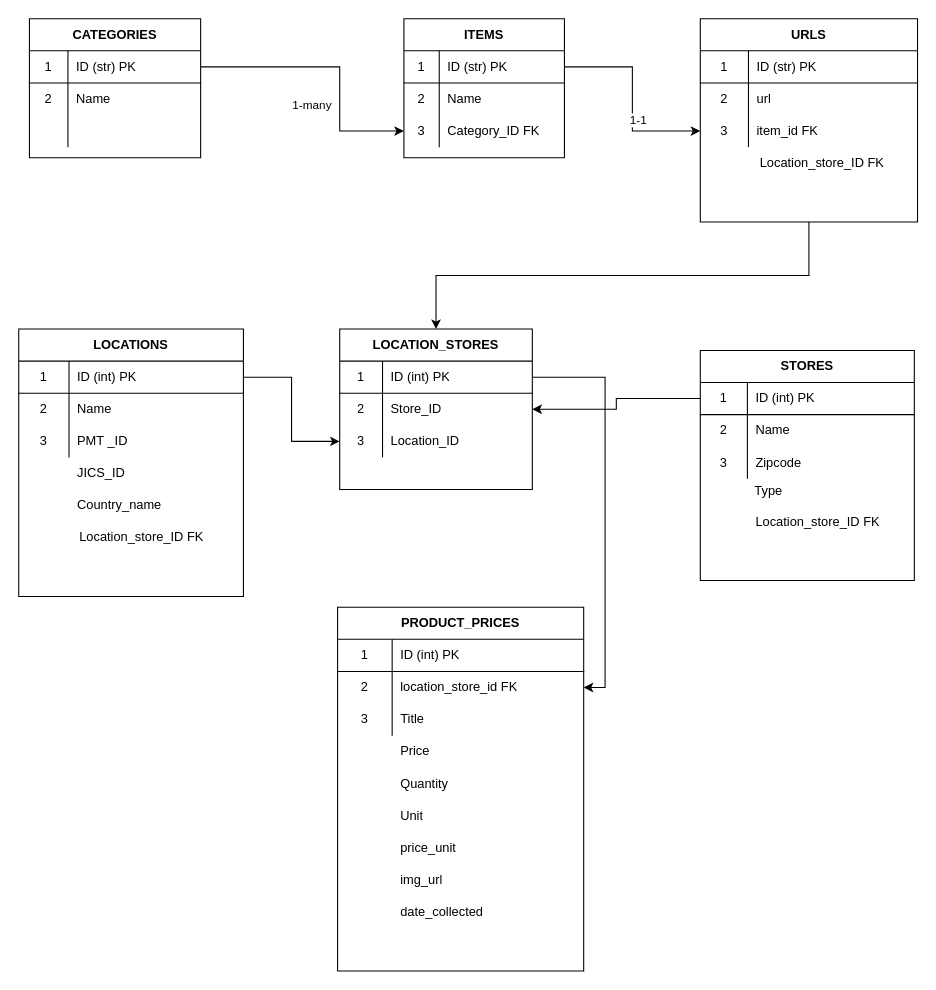
Davidlap/data_collection_api keeps this draw.io diagram as dba_relationships.drawio. Above is the earlier version. Source tidied: cells renumbered, new cells numbered last; positions are measured from the earlier drawing's top-left corner, leaving out a move shared by most shapes. Both pictures are drawn from the tidied source at 107%, with x=0, y=0 at pixel (18, 18).
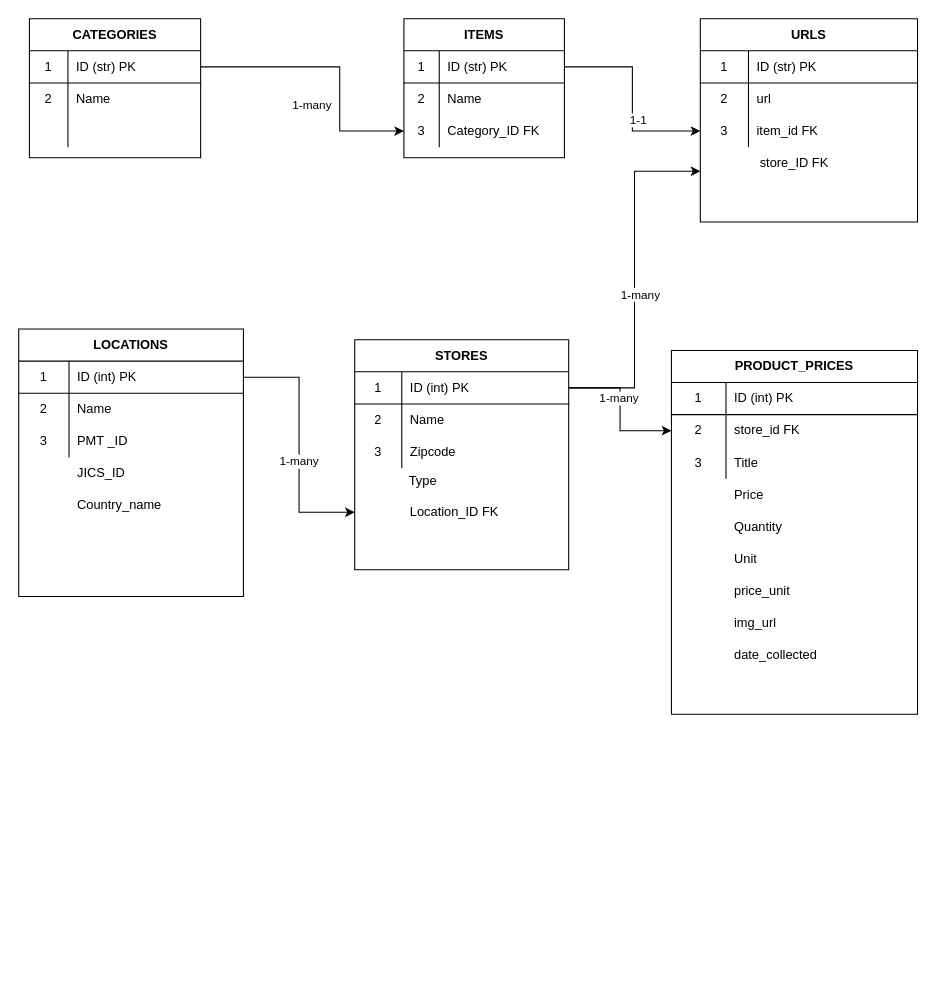
The same page after the edit.

Unchanged cells that the change refers to:
```xml
<mxCell id="5" value="STORES" style="shape=table;html=1;whiteSpace=wrap;startSize=30;childLayout=tableLayout;rowLines=0;fontStyle=1;align=center;" parent="3" vertex="1">
  <mxGeometry width="200" height="215" as="geometry" />
</mxCell>
<mxCell id="6" style="shape=partialRectangle;html=1;whiteSpace=wrap;fillColor=none;top=0;left=0;bottom=1;right=0;points=[[0,0.5],[1,0.5]];portConstraint=eastwest;" parent="5" vertex="1">
  <mxGeometry y="30" width="200" height="30" as="geometry" />
</mxCell>
<mxCell id="29" style="group;" parent="1" vertex="1">
  <mxGeometry y="290" width="210" height="250" as="geometry" />
</mxCell>
<mxCell id="33" style="shape=partialRectangle;html=1;whiteSpace=wrap;fillColor=none;top=0;left=0;bottom=1;right=0;points=[[0,0.5],[1,0.5]];portConstraint=eastwest;" parent="32" vertex="1">
  <mxGeometry y="30" width="210" height="30" as="geometry" />
</mxCell>
<mxCell id="48" style="shape=partialRectangle;html=1;whiteSpace=wrap;fillColor=none;top=0;left=0;bottom=0;right=0;points=[[0,0.5],[1,0.5]];portConstraint=eastwest;" parent="44" vertex="1">
  <mxGeometry y="60" width="230" height="30" as="geometry" />
</mxCell>
<mxCell id="61" style="group;" parent="60" vertex="1">
  <mxGeometry width="203" height="190" as="geometry" />
</mxCell>
<mxCell id="62" value="URLS" style="shape=table;html=1;whiteSpace=wrap;startSize=30;childLayout=tableLayout;rowLines=0;fontStyle=1;align=center;" parent="61" vertex="1">
  <mxGeometry width="203" height="190" as="geometry" />
</mxCell>
<mxCell id="82" style="shape=partialRectangle;html=1;whiteSpace=wrap;fillColor=none;top=0;left=0;bottom=0;right=0;points=[[0,0.5],[1,0.5]];portConstraint=eastwest;" parent="75" vertex="1">
  <mxGeometry y="90" width="150" height="30" as="geometry" />
</mxCell>
<mxCell id="88" style="shape=partialRectangle;html=1;whiteSpace=wrap;fillColor=none;top=0;left=0;bottom=1;right=0;points=[[0,0.5],[1,0.5]];portConstraint=eastwest;" parent="87" vertex="1">
  <mxGeometry y="30" width="160" height="30" as="geometry" />
</mxCell>
```

Change to the diagram source:
```diff
@@
-    <mxCell id="2" style="edgeStyle=orthogonalEdgeStyle;rounded=0;jettySize=auto;html=1;exitX=0.5;exitY=1;exitDx=0;exitDy=0;entryX=0.5;entryY=0;entryDx=0;entryDy=0;" parent="1" edge="1" source="62" target="19">
-      <mxGeometry relative="1" as="geometry" />
-    </mxCell>
     <mxCell id="3" style="group;" parent="1" vertex="1">
-      <mxGeometry x="637" y="310" width="200" height="215" as="geometry" />
+      <mxGeometry x="314" y="300" width="200" height="215" as="geometry" />
     </mxCell>
-    <mxCell id="4" value="Location_store_ID FK" style="shape=partialRectangle;html=1;whiteSpace=wrap;fillColor=none;top=0;left=0;bottom=0;right=0;align=left;spacingLeft=6;overflow=hidden;" parent="3" vertex="1">
+    <mxCell id="4" value="Location_ID FK" style="shape=partialRectangle;html=1;whiteSpace=wrap;fillColor=none;top=0;left=0;bottom=0;right=0;align=left;spacingLeft=6;overflow=hidden;" parent="3" vertex="1">
       <mxGeometry x="44" y="143.3" width="156" height="35.8" as="geometry" />
     </mxCell>
@@
-    <mxCell id="18" style="group;" parent="1" vertex="1">
-      <mxGeometry x="300" y="290" width="180" height="150" as="geometry" />
-    </mxCell>
-    <mxCell id="19" value="LOCATION_STORES" style="shape=table;html=1;whiteSpace=wrap;startSize=30;childLayout=tableLayout;rowLines=0;fontStyle=1;align=center;" parent="18" vertex="1">
-      <mxGeometry width="180" height="150" as="geometry" />
-    </mxCell>
-    <mxCell id="20" style="shape=partialRectangle;html=1;whiteSpace=wrap;fillColor=none;top=0;left=0;bottom=1;right=0;points=[[0,0.5],[1,0.5]];portConstraint=eastwest;" parent="19" vertex="1">
-      <mxGeometry y="30" width="180" height="30" as="geometry" />
-    </mxCell>
-    <mxCell id="21" value="1" style="shape=partialRectangle;html=1;whiteSpace=wrap;fillColor=none;top=0;left=0;bottom=0;right=0;overflow=hidden;" parent="20" vertex="1">
-      <mxGeometry width="40" height="30" as="geometry" />
-    </mxCell>
-    <mxCell id="22" value="ID (int) PK" style="shape=partialRectangle;html=1;whiteSpace=wrap;fillColor=none;top=0;left=0;bottom=0;right=0;align=left;spacingLeft=6;overflow=hidden;" parent="20" vertex="1">
-      <mxGeometry x="40" width="140" height="30" as="geometry" />
-    </mxCell>
-    <mxCell id="23" style="shape=partialRectangle;html=1;whiteSpace=wrap;fillColor=none;top=0;left=0;bottom=0;right=0;points=[[0,0.5],[1,0.5]];portConstraint=eastwest;" parent="19" vertex="1">
-      <mxGeometry y="60" width="180" height="30" as="geometry" />
-    </mxCell>
-    <mxCell id="24" value="2" style="shape=partialRectangle;html=1;whiteSpace=wrap;fillColor=none;top=0;left=0;bottom=0;right=0;overflow=hidden;" parent="23" vertex="1">
-      <mxGeometry width="40" height="30" as="geometry" />
-    </mxCell>
-    <mxCell id="25" value="Store_ID" style="shape=partialRectangle;html=1;whiteSpace=wrap;fillColor=none;top=0;left=0;bottom=0;right=0;align=left;spacingLeft=6;overflow=hidden;" parent="23" vertex="1">
-      <mxGeometry x="40" width="140" height="30" as="geometry" />
-    </mxCell>
-    <mxCell id="26" style="shape=partialRectangle;html=1;whiteSpace=wrap;fillColor=none;top=0;left=0;bottom=0;right=0;points=[[0,0.5],[1,0.5]];portConstraint=eastwest;" parent="19" vertex="1">
-      <mxGeometry y="90" width="180" height="30" as="geometry" />
-    </mxCell>
-    <mxCell id="27" value="3" style="shape=partialRectangle;html=1;whiteSpace=wrap;fillColor=none;top=0;left=0;bottom=0;right=0;overflow=hidden;" parent="26" vertex="1">
-      <mxGeometry width="40" height="30" as="geometry" />
-    </mxCell>
-    <mxCell id="28" value="Location_ID" style="shape=partialRectangle;html=1;whiteSpace=wrap;fillColor=none;top=0;left=0;bottom=0;right=0;align=left;spacingLeft=6;overflow=hidden;" parent="26" vertex="1">
-      <mxGeometry x="40" width="140" height="30" as="geometry" />
-    </mxCell>
@@
-    <mxCell id="42" value="Location_store_ID FK" style="shape=partialRectangle;html=1;whiteSpace=wrap;fillColor=none;top=0;left=0;bottom=0;right=0;align=left;spacingLeft=6;overflow=hidden;" parent="29" vertex="1">
-      <mxGeometry x="48.5" y="180" width="156" height="30" as="geometry" />
-    </mxCell>
     <mxCell id="43" style="group;" parent="29" vertex="1">
-      <mxGeometry x="298" y="260" width="230" height="340" as="geometry" />
+      <mxGeometry x="610" y="20" width="230" height="340" as="geometry" />
     </mxCell>
@@
-    <mxCell id="50" value="location_store_id FK" style="shape=partialRectangle;html=1;whiteSpace=wrap;fillColor=none;top=0;left=0;bottom=0;right=0;align=left;spacingLeft=6;overflow=hidden;" parent="48" vertex="1">
+    <mxCell id="50" value="store_id FK" style="shape=partialRectangle;html=1;whiteSpace=wrap;fillColor=none;top=0;left=0;bottom=0;right=0;align=left;spacingLeft=6;overflow=hidden;" parent="48" vertex="1">
       <mxGeometry x="51" width="179" height="30" as="geometry" />
     </mxCell>
@@
-    <mxCell id="72" value="Location_store_ID FK" style="shape=partialRectangle;html=1;whiteSpace=wrap;fillColor=none;top=0;left=0;bottom=0;right=0;align=left;spacingLeft=6;overflow=hidden;" parent="61" vertex="1">
+    <mxCell id="72" value="store_ID FK" style="shape=partialRectangle;html=1;whiteSpace=wrap;fillColor=none;top=0;left=0;bottom=0;right=0;align=left;spacingLeft=6;overflow=hidden;" parent="61" vertex="1">
       <mxGeometry x="48.3" y="120" width="150.8" height="30" as="geometry" />
     </mxCell>
@@
+    <mxCell id="85" style="edgeStyle=orthogonalEdgeStyle;rounded=0;jettySize=auto;html=1;exitX=1;exitY=0.5;exitDx=0;exitDy=0;entryX=0;entryY=0.5;entryDx=0;entryDy=0;" parent="1" edge="1" source="88" target="82">
+      <mxGeometry relative="1" as="geometry">
+        <Array as="points">
+          <mxPoint x="300" y="45" />
+          <mxPoint x="300" y="105" />
+        </Array>
+      </mxGeometry>
+    </mxCell>
+    <mxCell id="86" value="1-many" style="edgeLabel;html=1;align=center;verticalAlign=middle;" parent="85" vertex="1">
+      <mxGeometry x="-0.33" y="-18" relative="1" as="geometry">
+        <mxPoint x="19" y="17" as="offset" />
+      </mxGeometry>
+    </mxCell>
+    <mxCell id="100" style="edgeStyle=orthogonalEdgeStyle;rounded=0;jettySize=auto;html=1;exitX=1;exitY=0.5;exitDx=0;exitDy=0;entryX=0;entryY=0.75;entryDx=0;entryDy=0;" parent="1" edge="1" source="33" target="5">
+      <mxGeometry relative="1" as="geometry" />
+    </mxCell>
+    <mxCell id="101" value="1-many" style="edgeLabel;html=1;align=center;verticalAlign=middle;" parent="100" vertex="1">
+      <mxGeometry x="0.13" y="-1" relative="1" as="geometry" />
+    </mxCell>
+    <mxCell id="102" style="edgeStyle=orthogonalEdgeStyle;rounded=0;jettySize=auto;html=1;exitX=1;exitY=0.5;exitDx=0;exitDy=0;entryX=0;entryY=0.5;entryDx=0;entryDy=0;" parent="1" edge="1" source="6" target="48">
+      <mxGeometry relative="1" as="geometry" />
+    </mxCell>
+    <mxCell id="103" value="1-many" style="edgeLabel;html=1;align=center;verticalAlign=middle;" parent="102" vertex="1">
+      <mxGeometry x="-0.32" y="-9" relative="1" as="geometry" />
+    </mxCell>
+    <mxCell id="104" style="edgeStyle=orthogonalEdgeStyle;rounded=0;jettySize=auto;html=1;exitX=1;exitY=0.5;exitDx=0;exitDy=0;entryX=0;entryY=0.75;entryDx=0;entryDy=0;" parent="1" edge="1" source="6" target="62">
+      <mxGeometry relative="1" as="geometry" />
+    </mxCell>
+    <mxCell id="105" value="1-many" style="edgeLabel;html=1;align=center;verticalAlign=middle;" parent="104" vertex="1">
+      <mxGeometry x="-0.08" y="-4" relative="1" as="geometry">
+        <mxPoint x="1" y="1" as="offset" />
+      </mxGeometry>
+    </mxCell>
@@
-    <mxCell id="85" style="edgeStyle=orthogonalEdgeStyle;rounded=0;jettySize=auto;html=1;exitX=1;exitY=0.5;exitDx=0;exitDy=0;entryX=0;entryY=0.5;entryDx=0;entryDy=0;" parent="1" edge="1" source="88" target="82">
-      <mxGeometry relative="1" as="geometry">
-        <Array as="points">
-          <mxPoint x="300" y="45" />
-          <mxPoint x="300" y="105" />
-        </Array>
-      </mxGeometry>
-    </mxCell>
-    <mxCell id="86" value="1-many" style="edgeLabel;html=1;align=center;verticalAlign=middle;" parent="85" vertex="1">
-      <mxGeometry x="-0.33" y="-18" relative="1" as="geometry">
-        <mxPoint x="19" y="17" as="offset" />
-      </mxGeometry>
-    </mxCell>
@@
-    <mxCell id="97" style="edgeStyle=orthogonalEdgeStyle;rounded=0;jettySize=auto;html=1;exitX=0;exitY=0.5;exitDx=0;exitDy=0;entryX=1;entryY=0.5;entryDx=0;entryDy=0;" parent="1" edge="1" source="6" target="23">
-      <mxGeometry relative="1" as="geometry" />
-    </mxCell>
-    <mxCell id="98" style="edgeStyle=orthogonalEdgeStyle;rounded=0;jettySize=auto;html=1;exitX=1;exitY=0.5;exitDx=0;exitDy=0;entryX=0;entryY=0.5;entryDx=0;entryDy=0;" parent="1" edge="1" source="33" target="26">
-      <mxGeometry relative="1" as="geometry" />
-    </mxCell>
-    <mxCell id="99" style="edgeStyle=orthogonalEdgeStyle;rounded=0;jettySize=auto;html=1;exitX=1;exitY=0.5;exitDx=0;exitDy=0;entryX=1;entryY=0.5;entryDx=0;entryDy=0;" parent="1" edge="1" source="20" target="48">
-      <mxGeometry relative="1" as="geometry" />
-    </mxCell>
```
